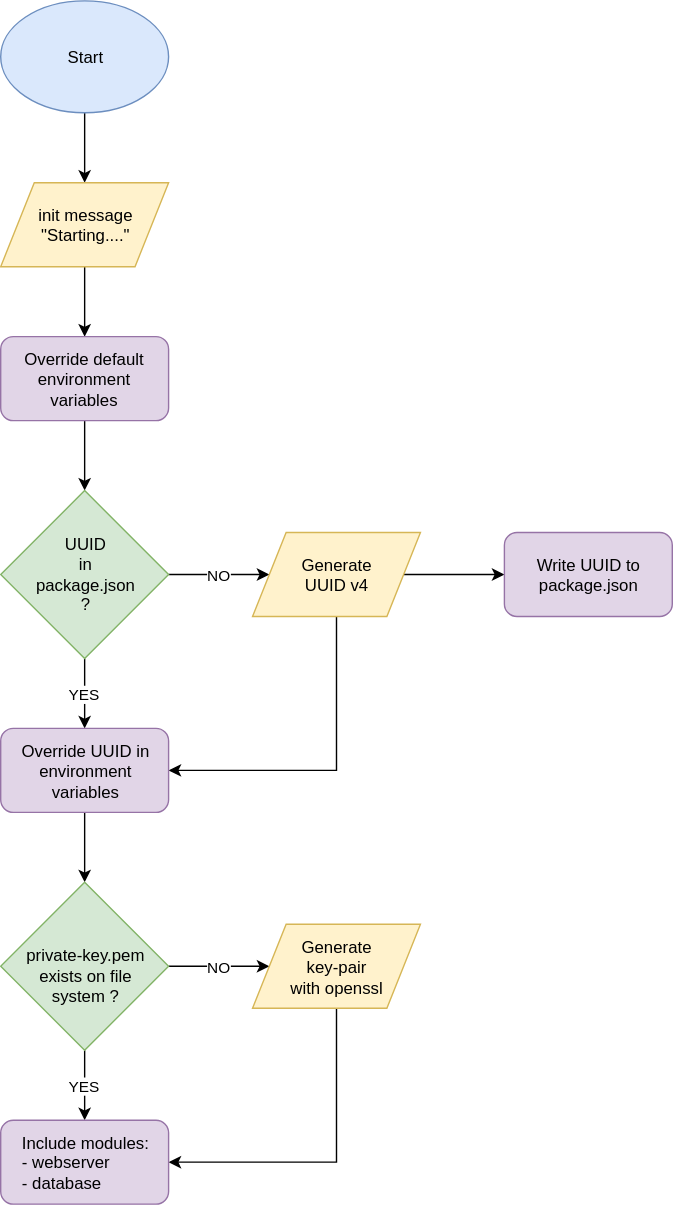
This is docs/assets/img/startup-process.svg from OpenHausIO/OpenHaus, a draw.io export, as it was before one commit. Source tidied: cells renumbered, new cells last; positions are measured from the earlier drawing's top-left corner, leaving out a move shared by most shapes. Its diagram source:
```xml
<mxGraphModel background="#ffffff">
  <root>
    <mxCell id="0" />
    <mxCell id="1" parent="0" />
    <mxCell id="2" style="edgeStyle=orthogonalEdgeStyle;rounded=0;jettySize=auto;html=1;" parent="1" edge="1" source="3" target="5">
      <mxGeometry relative="1" as="geometry" />
    </mxCell>
    <mxCell id="3" value="Start" style="ellipse;whiteSpace=wrap;html=1;fillColor=#dae8fc;strokeColor=#6c8ebf;" parent="1" vertex="1">
      <mxGeometry width="120" height="80" as="geometry" />
    </mxCell>
    <mxCell id="4" style="edgeStyle=orthogonalEdgeStyle;rounded=0;jettySize=auto;html=1;" parent="1" edge="1" source="5" target="7">
      <mxGeometry relative="1" as="geometry" />
    </mxCell>
    <mxCell id="5" value="init message&lt;br&gt;&quot;Starting....&quot;" style="shape=parallelogram;perimeter=parallelogramPerimeter;whiteSpace=wrap;html=1;fillColor=#fff2cc;strokeColor=#d6b656;" parent="1" vertex="1">
      <mxGeometry y="130" width="120" height="60" as="geometry" />
    </mxCell>
    <mxCell id="6" style="edgeStyle=orthogonalEdgeStyle;rounded=0;jettySize=auto;html=1;" parent="1" edge="1" source="7" target="10">
      <mxGeometry relative="1" as="geometry" />
    </mxCell>
    <mxCell id="7" value="&lt;div&gt;Override default&lt;/div&gt;&lt;div&gt;environment variables&lt;br&gt;&lt;/div&gt;" style="rounded=1;whiteSpace=wrap;html=1;fillColor=#e1d5e7;strokeColor=#9673a6;" parent="1" vertex="1">
      <mxGeometry y="240" width="120" height="60" as="geometry" />
    </mxCell>
    <mxCell id="8" value="NO" style="edgeStyle=orthogonalEdgeStyle;rounded=0;jettySize=auto;html=1;" parent="1" edge="1" source="10" target="13">
      <mxGeometry relative="1" as="geometry" />
    </mxCell>
    <mxCell id="9" value="YES" style="edgeStyle=orthogonalEdgeStyle;rounded=0;jettySize=auto;html=1;" parent="1" edge="1" source="10" target="16">
      <mxGeometry relative="1" as="geometry" />
    </mxCell>
    <mxCell id="10" value="UUID&lt;br&gt;in&lt;br&gt;package.json&lt;br&gt;?" style="rhombus;whiteSpace=wrap;html=1;fillColor=#d5e8d4;strokeColor=#82b366;" parent="1" vertex="1">
      <mxGeometry y="350" width="120" height="120" as="geometry" />
    </mxCell>
    <mxCell id="11" style="edgeStyle=orthogonalEdgeStyle;rounded=0;jettySize=auto;html=1;" parent="1" edge="1" source="13" target="14">
      <mxGeometry relative="1" as="geometry" />
    </mxCell>
    <mxCell id="12" style="edgeStyle=orthogonalEdgeStyle;rounded=0;jettySize=auto;html=1;entryX=1;entryY=0.5;entryDx=0;entryDy=0;" parent="1" edge="1" source="13" target="16">
      <mxGeometry relative="1" as="geometry">
        <Array as="points">
          <mxPoint x="240" y="550" />
        </Array>
      </mxGeometry>
    </mxCell>
    <mxCell id="13" value="Generate &lt;br&gt;UUID v4" style="shape=parallelogram;perimeter=parallelogramPerimeter;whiteSpace=wrap;html=1;fillColor=#fff2cc;strokeColor=#d6b656;" parent="1" vertex="1">
      <mxGeometry x="180" y="380" width="120" height="60" as="geometry" />
    </mxCell>
    <mxCell id="14" value="Write UUID to&lt;br&gt;package.json" style="rounded=1;whiteSpace=wrap;html=1;fillColor=#e1d5e7;strokeColor=#9673a6;" parent="1" vertex="1">
      <mxGeometry x="360" y="380" width="120" height="60" as="geometry" />
    </mxCell>
    <mxCell id="15" style="edgeStyle=orthogonalEdgeStyle;rounded=0;jettySize=auto;html=1;" parent="1" edge="1" source="16" target="19">
      <mxGeometry relative="1" as="geometry" />
    </mxCell>
    <mxCell id="16" value="Override UUID in&lt;br&gt;environment &lt;br&gt;variables" style="rounded=1;whiteSpace=wrap;html=1;fillColor=#e1d5e7;strokeColor=#9673a6;" parent="1" vertex="1">
      <mxGeometry y="520" width="120" height="60" as="geometry" />
    </mxCell>
    <mxCell id="17" value="NO" style="edgeStyle=orthogonalEdgeStyle;rounded=0;jettySize=auto;html=1;" parent="1" edge="1" source="19" target="21">
      <mxGeometry relative="1" as="geometry" />
    </mxCell>
    <mxCell id="18" value="YES" style="edgeStyle=orthogonalEdgeStyle;rounded=0;jettySize=auto;html=1;" parent="1" edge="1" source="19" target="22">
      <mxGeometry relative="1" as="geometry" />
    </mxCell>
    <mxCell id="19" value="&lt;div&gt;&lt;br&gt;&lt;/div&gt;&lt;div&gt;private-key.pem&lt;/div&gt;exists on file &lt;br&gt;system ?" style="rhombus;whiteSpace=wrap;html=1;fillColor=#d5e8d4;strokeColor=#82b366;" parent="1" vertex="1">
      <mxGeometry y="630" width="120" height="120" as="geometry" />
    </mxCell>
    <mxCell id="20" style="edgeStyle=orthogonalEdgeStyle;rounded=0;jettySize=auto;html=1;entryX=1;entryY=0.5;entryDx=0;entryDy=0;exitX=0.5;exitY=1;exitDx=0;exitDy=0;" parent="1" edge="1" source="21" target="22">
      <mxGeometry relative="1" as="geometry" />
    </mxCell>
    <mxCell id="21" value="Generate &lt;br&gt;key-pair&lt;br&gt;with openssl" style="shape=parallelogram;perimeter=parallelogramPerimeter;whiteSpace=wrap;html=1;fillColor=#fff2cc;strokeColor=#d6b656;" parent="1" vertex="1">
      <mxGeometry x="180" y="660" width="120" height="60" as="geometry" />
    </mxCell>
    <mxCell id="22" value="&lt;div&gt;Include modules:&lt;/div&gt;&lt;div&gt;&lt;div align=&quot;left&quot;&gt;- webserver&lt;br&gt;&lt;/div&gt;&lt;div align=&quot;left&quot;&gt;- database&lt;br&gt;&lt;/div&gt;&lt;/div&gt;" style="rounded=1;whiteSpace=wrap;html=1;fillColor=#e1d5e7;strokeColor=#9673a6;" parent="1" vertex="1">
      <mxGeometry y="800" width="120" height="60" as="geometry" />
    </mxCell>
  </root>
</mxGraphModel>
```
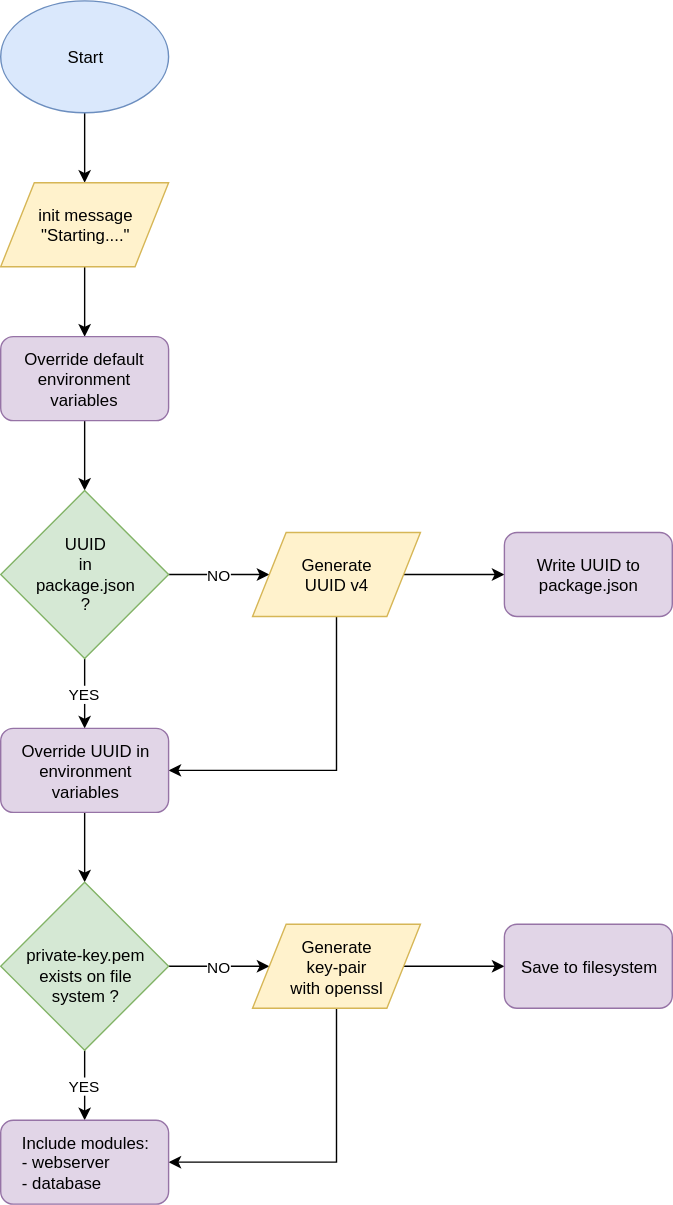
The same diagram one commit later.

Change to the diagram source:
```diff
@@ -63,11 +63,17 @@
     <mxCell id="20" style="edgeStyle=orthogonalEdgeStyle;rounded=0;jettySize=auto;html=1;entryX=1;entryY=0.5;entryDx=0;entryDy=0;exitX=0.5;exitY=1;exitDx=0;exitDy=0;" parent="1" edge="1" source="21" target="22">
       <mxGeometry relative="1" as="geometry" />
     </mxCell>
+    <mxCell id="23" style="edgeStyle=orthogonalEdgeStyle;rounded=0;jettySize=auto;html=1;" parent="1" edge="1" source="21" target="24">
+      <mxGeometry relative="1" as="geometry" />
+    </mxCell>
     <mxCell id="21" value="Generate &lt;br&gt;key-pair&lt;br&gt;with openssl" style="shape=parallelogram;perimeter=parallelogramPerimeter;whiteSpace=wrap;html=1;fillColor=#fff2cc;strokeColor=#d6b656;" parent="1" vertex="1">
       <mxGeometry x="180" y="660" width="120" height="60" as="geometry" />
     </mxCell>
     <mxCell id="22" value="&lt;div&gt;Include modules:&lt;/div&gt;&lt;div&gt;&lt;div align=&quot;left&quot;&gt;- webserver&lt;br&gt;&lt;/div&gt;&lt;div align=&quot;left&quot;&gt;- database&lt;br&gt;&lt;/div&gt;&lt;/div&gt;" style="rounded=1;whiteSpace=wrap;html=1;fillColor=#e1d5e7;strokeColor=#9673a6;" parent="1" vertex="1">
       <mxGeometry y="800" width="120" height="60" as="geometry" />
     </mxCell>
+    <mxCell id="24" value="Save to filesystem" style="rounded=1;whiteSpace=wrap;html=1;fillColor=#e1d5e7;strokeColor=#9673a6;" parent="1" vertex="1">
+      <mxGeometry x="360" y="660" width="120" height="60" as="geometry" />
+    </mxCell>
   </root>
 </mxGraphModel>
```
